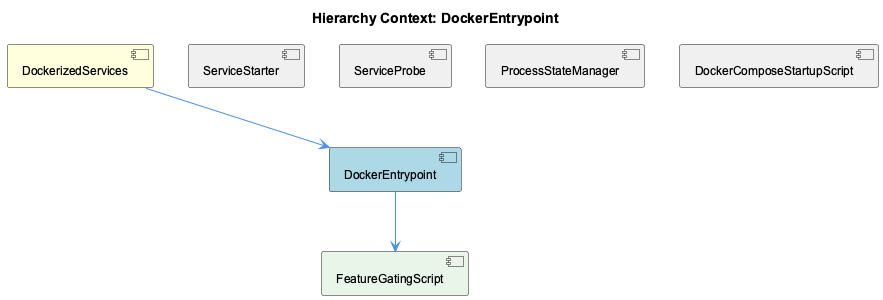
Earlier version of the PlantUML export knowledge-management/insights/images/docker-entrypoint-relationship.png (fwornle/coding).
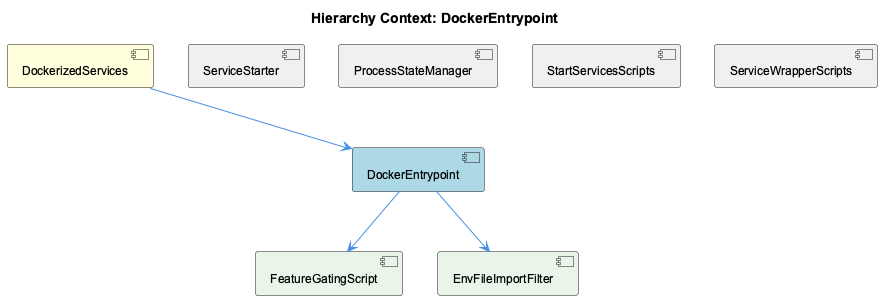
After the commit.

Diff of the diagram source:
```diff
@@ -6,16 +6,18 @@
 [DockerizedServices] as dockerized_services #FFFFDD
 [DockerEntrypoint] as docker_entrypoint #LightBlue
 [ServiceStarter] as service_starter #F0F0F0
-[ServiceProbe] as service_probe #F0F0F0
 [ProcessStateManager] as process_state_manager #F0F0F0
-[DockerComposeStartupScript] as docker_compose_startup_script #F0F0F0
+[StartServicesScripts] as start_services_scripts #F0F0F0
+[ServiceWrapperScripts] as service_wrapper_scripts #F0F0F0
 [FeatureGatingScript] as feature_gating_script #E8F5E8
+[EnvFileImportFilter] as env_file_import_filter #E8F5E8
 
 dockerized_services --> docker_entrypoint
 service_starter -[hidden]- docker_entrypoint
-service_probe -[hidden]- docker_entrypoint
 process_state_manager -[hidden]- docker_entrypoint
-docker_compose_startup_script -[hidden]- docker_entrypoint
+start_services_scripts -[hidden]- docker_entrypoint
+service_wrapper_scripts -[hidden]- docker_entrypoint
 docker_entrypoint --> feature_gating_script
+docker_entrypoint --> env_file_import_filter
 
 @enduml
```
